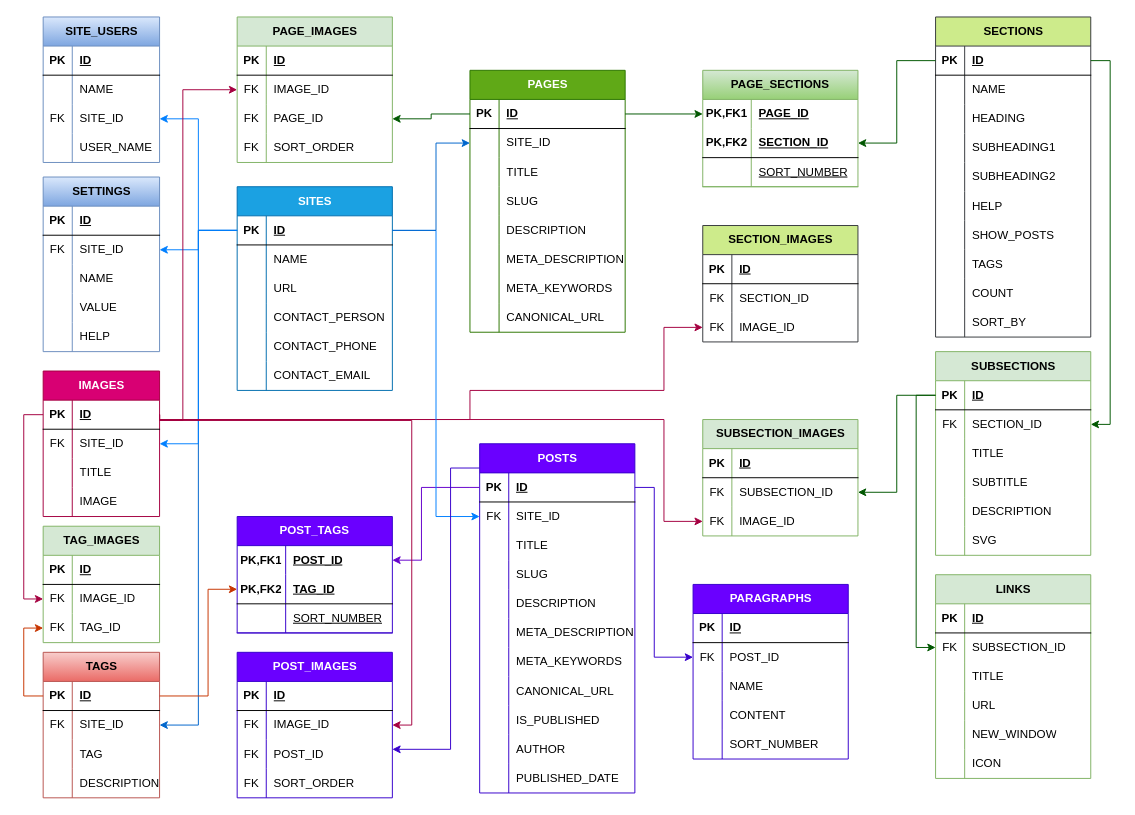
Above: ercms.drawio in sudguru/draw-io (draw.io), before the change. Source tidied: cells renumbered, new cells numbered last; positions are measured from the earlier drawing's top-left corner, leaving out a move shared by most shapes. Both pictures are drawn from the tidied source at 97%, with x=0, y=0 at pixel (43, 16).
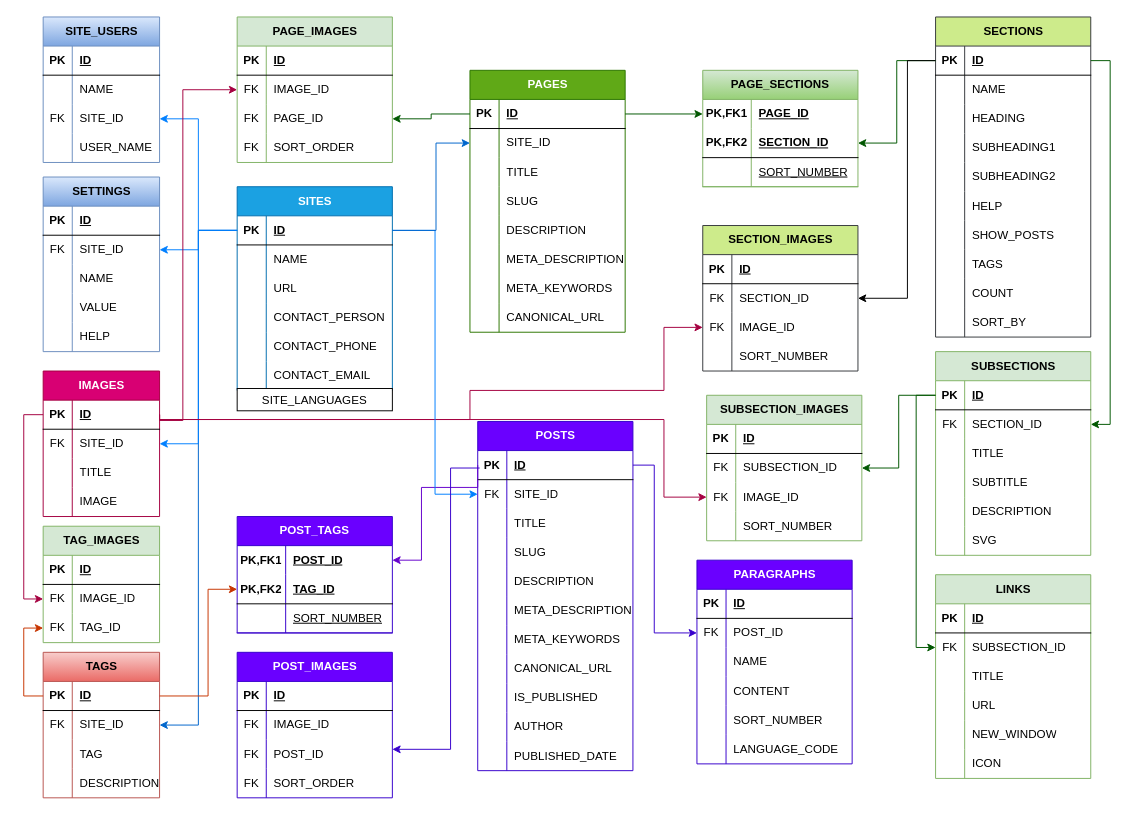
The same diagram, later.

Unchanged cells that the change refers to:
```xml
<mxCell id="21" value="SITE_USERS" style="shape=table;startSize=30;childLayout=tableLayout;rowLines=0;fontStyle=1;align=center;html=1;fillColor=#dae8fc;gradientColor=#7ea6e0;strokeColor=#6c8ebf;" parent="1" vertex="1">
  <mxGeometry width="120" height="150" as="geometry" />
</mxCell>
<mxCell id="78" style="shape=tableRow;horizontal=0;startSize=0;swimlaneHead=0;swimlaneBody=0;fillColor=none;points=[[0,0.5],[1,0.5]];portConstraint=eastwest;top=0;left=0;right=0;bottom=1;" parent="77" vertex="1">
  <mxGeometry y="30" width="160" height="30" as="geometry" />
</mxCell>
<mxCell id="140" style="shape=tableRow;horizontal=0;startSize=0;swimlaneHead=0;swimlaneBody=0;fillColor=none;points=[[0,0.5],[1,0.5]];portConstraint=eastwest;top=0;left=0;right=0;bottom=1;" parent="139" vertex="1">
  <mxGeometry y="30" width="160" height="30" as="geometry" />
</mxCell>
<mxCell id="207" style="shape=tableRow;horizontal=0;startSize=0;swimlaneHead=0;swimlaneBody=0;fillColor=none;points=[[0,0.5],[1,0.5]];portConstraint=eastwest;top=0;left=0;right=0;bottom=1;" parent="206" vertex="1">
  <mxGeometry y="30" width="120" height="30" as="geometry" />
</mxCell>
<mxCell id="238" style="shape=tableRow;horizontal=0;startSize=0;swimlaneHead=0;swimlaneBody=0;fillColor=none;points=[[0,0.5],[1,0.5]];portConstraint=eastwest;top=0;left=0;right=0;bottom=0;" parent="234" vertex="1">
  <mxGeometry y="60" width="160" height="30" as="geometry" />
</mxCell>
<mxCell id="252" style="shape=tableRow;horizontal=0;startSize=0;swimlaneHead=0;swimlaneBody=0;fillColor=none;points=[[0,0.5],[1,0.5]];portConstraint=eastwest;top=0;left=0;right=0;bottom=0;" parent="245" vertex="1">
  <mxGeometry y="90" width="160" height="30" as="geometry" />
</mxCell>
<mxCell id="274" style="shape=tableRow;horizontal=0;startSize=0;swimlaneHead=0;swimlaneBody=0;fillColor=none;points=[[0,0.5],[1,0.5]];portConstraint=eastwest;top=0;left=0;right=0;bottom=0;" parent="270" vertex="1">
  <mxGeometry y="60" width="160" height="30" as="geometry" />
</mxCell>
<mxCell id="291" style="shape=tableRow;horizontal=0;startSize=0;swimlaneHead=0;swimlaneBody=0;fillColor=none;points=[[0,0.5],[1,0.5]];portConstraint=eastwest;top=0;left=0;right=0;bottom=0;" parent="287" vertex="1">
  <mxGeometry y="60" width="160" height="30" as="geometry" />
</mxCell>
```

What changed in the source:
```diff
@@
-    <mxCell id="22" style="shape=tableRow;horizontal=0;startSize=0;swimlaneHead=0;swimlaneBody=0;fillColor=none;top=0;left=0;right=0;bottom=1;" parent="21" vertex="1">
+    <mxCell id="22" style="shape=tableRow;horizontal=0;startSize=0;swimlaneHead=0;swimlaneBody=0;fillColor=none;top=0;left=0;right=0;bottom=1;strokeColor=default;spacing=2;" parent="21" vertex="1">
       <mxGeometry y="30" width="120" height="30" as="geometry" />
     </mxCell>
@@
     <mxCell id="139" value="POSTS" style="shape=table;startSize=30;childLayout=tableLayout;rowLines=0;fontStyle=1;align=center;html=1;fillColor=#6a00ff;fontColor=#ffffff;strokeColor=#3700CC;" parent="1" vertex="1">
-      <mxGeometry x="450" y="440" width="160" height="360" as="geometry" />
+      <mxGeometry x="448" y="417" width="160" height="360" as="geometry" />
     </mxCell>
@@
     <mxCell id="234" value="SECTION_IMAGES" style="shape=table;startSize=30;childLayout=tableLayout;rowLines=0;fontStyle=1;align=center;html=1;fillColor=#cdeb8b;strokeColor=#36393d;" parent="1" vertex="1">
-      <mxGeometry x="680" y="215" width="160" height="120" as="geometry" />
+      <mxGeometry x="680" y="215" width="160" height="150" as="geometry" />
     </mxCell>
@@
+    <mxCell id="318" style="shape=tableRow;horizontal=0;startSize=0;swimlaneHead=0;swimlaneBody=0;fillColor=none;top=0;left=0;right=0;bottom=0;" parent="234" vertex="1">
+      <mxGeometry y="120" width="160" height="30" as="geometry" />
+    </mxCell>
+    <mxCell id="319" style="shape=partialRectangle;fillColor=none;top=0;left=0;bottom=0;right=0;overflow=hidden;whiteSpace=wrap;html=1;" parent="318" vertex="1">
+      <mxGeometry width="30" height="30" as="geometry" />
+    </mxCell>
+    <mxCell id="320" value="SORT_NUMBER" style="shape=partialRectangle;fillColor=none;top=0;left=0;bottom=0;right=0;align=left;spacingLeft=6;overflow=hidden;whiteSpace=wrap;html=1;" parent="318" vertex="1">
+      <mxGeometry x="30" width="130" height="30" as="geometry" />
+    </mxCell>
@@
     <mxCell id="245" value="SUB&lt;span style=&quot;background-color: initial;&quot;&gt;SECTION_IMAGES&lt;/span&gt;" style="shape=table;startSize=30;childLayout=tableLayout;rowLines=0;fontStyle=1;align=center;html=1;fillColor=#d5e8d4;strokeColor=#82b366;" parent="1" vertex="1">
-      <mxGeometry x="680" y="415" width="160" height="120" as="geometry" />
+      <mxGeometry x="684" y="390" width="160" height="150" as="geometry" />
     </mxCell>
@@
+    <mxCell id="321" style="shape=tableRow;horizontal=0;startSize=0;swimlaneHead=0;swimlaneBody=0;fillColor=none;top=0;left=0;right=0;bottom=0;" parent="245" vertex="1">
+      <mxGeometry y="120" width="160" height="30" as="geometry" />
+    </mxCell>
+    <mxCell id="322" style="shape=partialRectangle;fillColor=none;top=0;left=0;bottom=0;right=0;overflow=hidden;whiteSpace=wrap;html=1;" parent="321" vertex="1">
+      <mxGeometry width="30" height="30" as="geometry" />
+    </mxCell>
+    <mxCell id="323" value="SORT_NUMBER" style="shape=partialRectangle;fillColor=none;top=0;left=0;bottom=0;right=0;align=left;spacingLeft=6;overflow=hidden;whiteSpace=wrap;html=1;" parent="321" vertex="1">
+      <mxGeometry x="30" width="130" height="30" as="geometry" />
+    </mxCell>
     <mxCell id="255" style="edgeStyle=orthogonalEdgeStyle;rounded=0;jettySize=auto;html=1;exitX=1;exitY=0.5;exitDx=0;exitDy=0;entryX=0;entryY=0.5;entryDx=0;entryDy=0;fillColor=#d80073;strokeColor=#A50040;" parent="1" edge="1" source="207" target="252">
       <mxGeometry relative="1" as="geometry">
         <Array as="points">
           <mxPoint x="120" y="415" />
           <mxPoint x="640" y="415" />
-          <mxPoint x="640" y="520" />
+          <mxPoint x="640" y="495" />
         </Array>
       </mxGeometry>
     </mxCell>
@@
     <mxCell id="270" value="PARAGRAPHS" style="shape=table;startSize=30;childLayout=tableLayout;rowLines=0;fontStyle=1;align=center;html=1;fillColor=#6a00ff;fontColor=#ffffff;strokeColor=#3700CC;" parent="1" vertex="1">
-      <mxGeometry x="670" y="585" width="160" height="180" as="geometry" />
+      <mxGeometry x="674" y="560" width="160" height="210" as="geometry" />
     </mxCell>
@@
+    <mxCell id="324" style="shape=tableRow;horizontal=0;startSize=0;swimlaneHead=0;swimlaneBody=0;fillColor=none;top=0;left=0;right=0;bottom=0;" parent="270" vertex="1">
+      <mxGeometry y="180" width="160" height="30" as="geometry" />
+    </mxCell>
+    <mxCell id="325" style="shape=partialRectangle;fillColor=none;top=0;left=0;bottom=0;right=0;overflow=hidden;whiteSpace=wrap;html=1;" parent="324" vertex="1">
+      <mxGeometry width="30" height="30" as="geometry" />
+    </mxCell>
+    <mxCell id="326" value="LANGUAGE_CODE" style="shape=partialRectangle;fillColor=none;top=0;left=0;bottom=0;right=0;align=left;spacingLeft=6;overflow=hidden;whiteSpace=wrap;html=1;" parent="324" vertex="1">
+      <mxGeometry x="30" width="130" height="30" as="geometry" />
+    </mxCell>
     <mxCell id="286" style="edgeStyle=orthogonalEdgeStyle;rounded=0;jettySize=auto;html=1;exitX=1;exitY=0.5;exitDx=0;exitDy=0;entryX=0;entryY=0.5;entryDx=0;entryDy=0;fillColor=#6a00ff;strokeColor=#3700CC;" parent="1" edge="1" source="140" target="274">
       <mxGeometry relative="1" as="geometry">
         <Array as="points">
-          <mxPoint x="630" y="485" />
-          <mxPoint x="630" y="660" />
+          <mxPoint x="630" y="462" />
+          <mxPoint x="630" y="635" />
         </Array>
       </mxGeometry>
     </mxCell>
@@
-    <mxCell id="302" style="edgeStyle=orthogonalEdgeStyle;rounded=0;jettySize=auto;html=1;exitX=1;exitY=0.5;exitDx=0;exitDy=0;entryX=1;entryY=0.5;entryDx=0;entryDy=0;fillColor=#d80073;strokeColor=#A50040;" parent="1" edge="1" source="207" target="291">
-      <mxGeometry relative="1" as="geometry">
-        <Array as="points">
-          <mxPoint x="120" y="416" />
-          <mxPoint x="380" y="416" />
-          <mxPoint x="380" y="730" />
-        </Array>
-      </mxGeometry>
-    </mxCell>
@@
+    <mxCell id="327" value="SITE_LANGUAGES" style="rounded=0;whiteSpace=wrap;html=1;" parent="1" vertex="1">
+      <mxGeometry x="200" y="383" width="160" height="23" as="geometry" />
+    </mxCell>
+    <mxCell id="328" style="edgeStyle=orthogonalEdgeStyle;rounded=0;jettySize=auto;html=1;exitX=0;exitY=0.5;exitDx=0;exitDy=0;entryX=1;entryY=0.5;entryDx=0;entryDy=0;" parent="1" edge="1" source="78" target="238">
+      <mxGeometry relative="1" as="geometry">
+        <Array as="points">
+          <mxPoint x="891" y="45" />
+          <mxPoint x="891" y="290" />
+        </Array>
+      </mxGeometry>
+    </mxCell>
```
